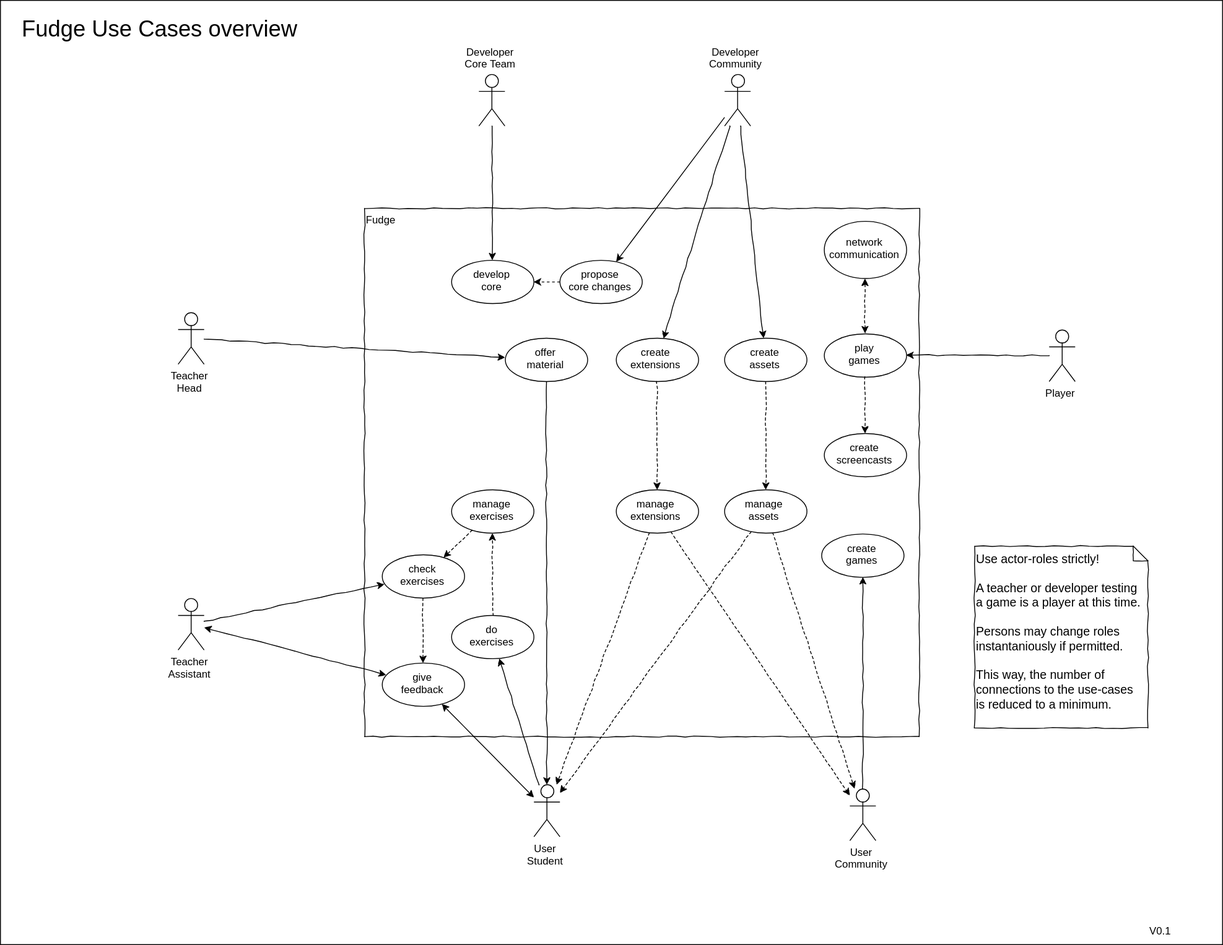
Before: Design/UseCasesOverview.svg, a diagram exported from draw.io (JirkaDellOro/FUDGE). Source tidied: cells renumbered, new cells last; positions are measured from the earlier drawing's top-left corner, leaving out a move shared by most shapes.
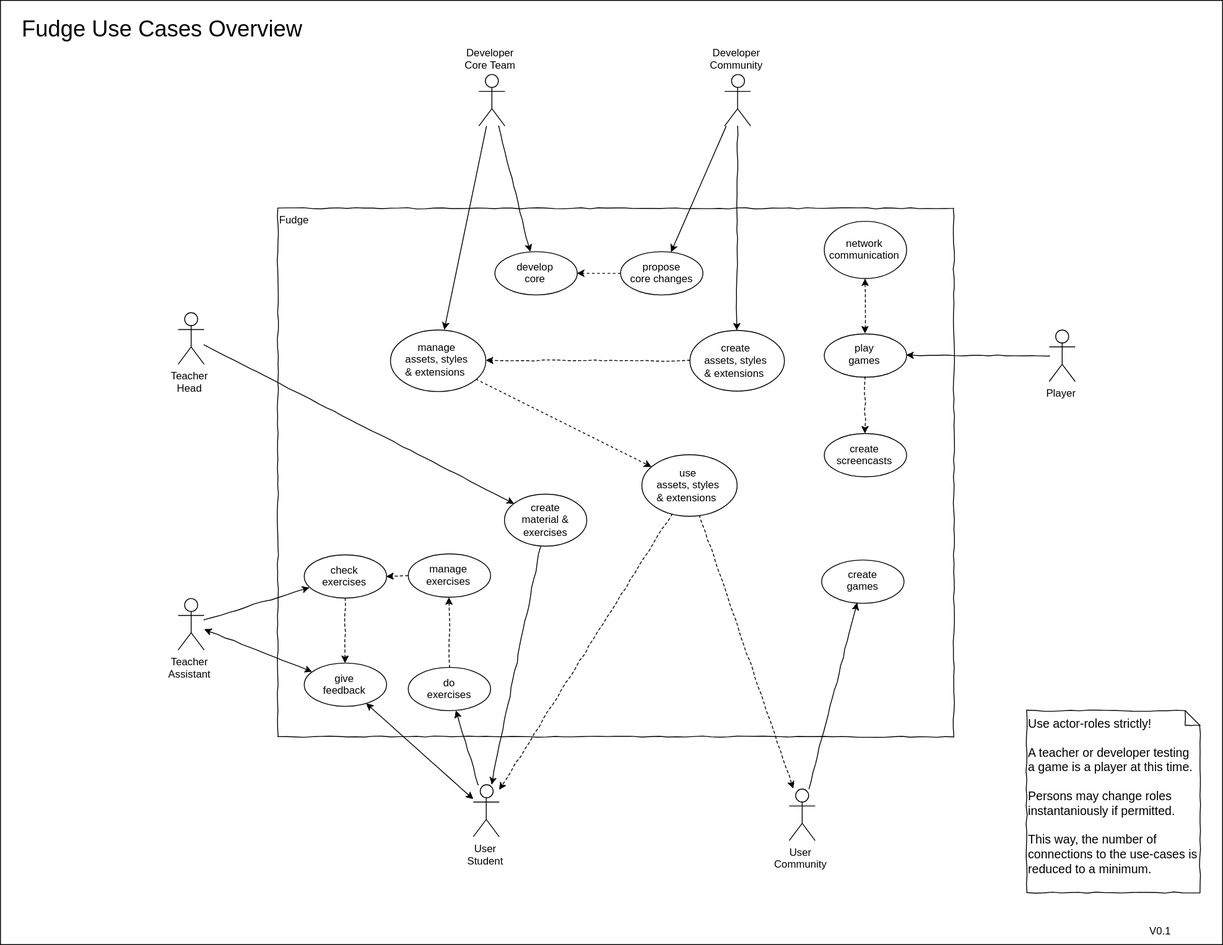
After the change.

Commit message:
"styles" added (css, themes etc), further simplification

What changed in the source:
```diff
@@ -6,20 +6,20 @@
       <mxGeometry width="1410" height="1090" as="geometry" />
     </mxCell>
     <mxCell id="3" value="&lt;div style=&quot;text-align: left&quot;&gt;&lt;span&gt;Fudge&lt;/span&gt;&lt;/div&gt;" style="rounded=0;whiteSpace=wrap;html=1;shadow=0;glass=0;comic=1;strokeColor=#000000;labelPosition=center;verticalLabelPosition=middle;align=left;verticalAlign=top;absoluteArcSize=1;arcSize=50;" parent="1" vertex="1">
-      <mxGeometry x="420" y="240" width="640" height="610" as="geometry" />
+      <mxGeometry x="320" y="240" width="780" height="610" as="geometry" />
     </mxCell>
     <mxCell id="4" value="&lt;div style=&quot;text-align: left&quot;&gt;&lt;span&gt;Use actor-roles strictly!&lt;/span&gt;&lt;/div&gt;&lt;div style=&quot;text-align: left&quot;&gt;&lt;span&gt;&lt;br&gt;&lt;/span&gt;&lt;/div&gt;&lt;div style=&quot;text-align: left&quot;&gt;&lt;span&gt;A teacher or developer testing a game is a player at this time.&lt;/span&gt;&lt;/div&gt;&lt;div style=&quot;text-align: left&quot;&gt;&lt;span&gt;&lt;br&gt;&lt;/span&gt;&lt;/div&gt;&lt;div style=&quot;text-align: left&quot;&gt;Persons may change roles instantaniously if permitted.&lt;/div&gt;&lt;div style=&quot;text-align: left&quot;&gt;&lt;br&gt;&lt;/div&gt;&lt;div style=&quot;text-align: left&quot;&gt;This way, the number of connections to the use-cases is reduced to a minimum.&lt;/div&gt;" style="shape=note;strokeWidth=1;fontSize=14;size=17;whiteSpace=wrap;html=1;rounded=0;shadow=0;comic=1;fillColor=#FFFFFF;align=left;labelPosition=center;verticalLabelPosition=middle;verticalAlign=top;" parent="1" vertex="1">
-      <mxGeometry x="1124" y="630" width="200" height="210" as="geometry" />
+      <mxGeometry x="1184" y="820" width="200" height="210" as="geometry" />
     </mxCell>
     <mxCell id="5" value="Foreground" parent="0" />
     <mxCell id="6" style="edgeStyle=none;rounded=0;html=1;startArrow=none;startFill=0;jettySize=auto;comic=1;" parent="5" edge="1" source="7" target="15">
       <mxGeometry relative="1" as="geometry" />
     </mxCell>
     <mxCell id="7" value="&lt;span style=&quot;background-color: rgb(255 , 255 , 255)&quot;&gt;User&lt;br&gt;Student&lt;/span&gt;&lt;br&gt;" style="shape=umlActor;verticalLabelPosition=bottom;labelBackgroundColor=#ffffff;verticalAlign=top;html=1;outlineConnect=0;" parent="5" vertex="1">
-      <mxGeometry x="615.5" y="905.5" width="30" height="60" as="geometry" />
+      <mxGeometry x="545.5" y="905.5" width="30" height="60" as="geometry" />
     </mxCell>
     <mxCell id="8" value="create&lt;br&gt;games" style="ellipse;whiteSpace=wrap;html=1;rounded=1;shadow=0;strokeWidth=1;comic=1;" parent="5" vertex="1">
-      <mxGeometry x="947.5" y="615.5" width="95" height="50" as="geometry" />
+      <mxGeometry x="947.5" y="645.5" width="95" height="50" as="geometry" />
     </mxCell>
     <mxCell id="9" value="create&lt;br&gt;screencasts&lt;br&gt;" style="ellipse;whiteSpace=wrap;html=1;rounded=1;shadow=0;strokeWidth=1;comic=1;" parent="5" vertex="1">
       <mxGeometry x="950" y="500" width="95" height="50" as="geometry" />
@@ -40,40 +40,34 @@
       <mxGeometry relative="1" as="geometry" />
     </mxCell>
     <mxCell id="15" value="do&lt;br&gt;exercises&lt;br&gt;" style="ellipse;whiteSpace=wrap;html=1;rounded=1;shadow=0;strokeWidth=1;comic=1;" parent="5" vertex="1">
-      <mxGeometry x="520.5" y="710" width="95" height="50" as="geometry" />
+      <mxGeometry x="470.5" y="770" width="95" height="50" as="geometry" />
     </mxCell>
     <mxCell id="16" style="edgeStyle=none;rounded=0;html=1;jettySize=auto;startArrow=classic;startFill=1;comic=1;" parent="5" edge="1" source="17" target="7">
       <mxGeometry relative="1" as="geometry" />
     </mxCell>
     <mxCell id="17" value="give&lt;br&gt;feedback" style="ellipse;whiteSpace=wrap;html=1;rounded=1;shadow=0;strokeWidth=1;comic=1;" parent="5" vertex="1">
-      <mxGeometry x="440" y="765" width="95" height="50" as="geometry" />
+      <mxGeometry x="350" y="765" width="95" height="50" as="geometry" />
     </mxCell>
     <mxCell id="18" style="edgeStyle=none;rounded=0;html=1;startArrow=none;startFill=0;jettySize=auto;comic=1;" parent="5" edge="1" source="19" target="7">
       <mxGeometry relative="1" as="geometry" />
     </mxCell>
-    <mxCell id="19" value="offer&lt;br&gt;material&lt;br&gt;" style="ellipse;whiteSpace=wrap;html=1;rounded=1;shadow=0;strokeWidth=1;comic=1;" parent="5" vertex="1">
-      <mxGeometry x="582" y="390" width="95" height="50" as="geometry" />
+    <mxCell id="19" value="create&lt;br&gt;material &amp;amp;&lt;br&gt;exercises&lt;br&gt;" style="ellipse;whiteSpace=wrap;html=1;rounded=1;shadow=0;strokeWidth=1;comic=1;" parent="5" vertex="1">
+      <mxGeometry x="582" y="570" width="95" height="60" as="geometry" />
     </mxCell>
-    <mxCell id="20" value="create&lt;br&gt;extensions&lt;br&gt;" style="ellipse;whiteSpace=wrap;html=1;rounded=1;shadow=0;strokeWidth=1;comic=1;" parent="5" vertex="1">
-      <mxGeometry x="710" y="390" width="95" height="50" as="geometry" />
+    <mxCell id="20" value="create&lt;br&gt;assets, styles&lt;br&gt;&amp;amp; extensions&amp;nbsp;&lt;br&gt;" style="ellipse;whiteSpace=wrap;html=1;rounded=1;shadow=0;strokeWidth=1;comic=1;" parent="5" vertex="1">
+      <mxGeometry x="795" y="381" width="109" height="70" as="geometry" />
     </mxCell>
-    <mxCell id="21" style="edgeStyle=none;rounded=0;html=1;jettySize=auto;dashed=1;comic=1;" parent="5" edge="1" source="22" target="50">
-      <mxGeometry relative="1" as="geometry" />
-    </mxCell>
-    <mxCell id="22" value="create&lt;br&gt;assets&lt;br&gt;" style="ellipse;whiteSpace=wrap;html=1;rounded=1;shadow=0;strokeWidth=1;comic=1;" parent="5" vertex="1">
-      <mxGeometry x="835.5" y="390" width="95" height="50" as="geometry" />
-    </mxCell>
     <mxCell id="23" style="rounded=0;html=1;startArrow=none;startFill=0;jettySize=auto;" parent="5" edge="1" source="36" target="26">
       <mxGeometry relative="1" as="geometry" />
     </mxCell>
     <mxCell id="24" value="develop&lt;br&gt;core&lt;br&gt;" style="ellipse;whiteSpace=wrap;html=1;rounded=1;shadow=0;strokeWidth=1;comic=1;" parent="5" vertex="1">
-      <mxGeometry x="520" y="300" width="95" height="50" as="geometry" />
+      <mxGeometry x="570" y="290" width="95" height="50" as="geometry" />
     </mxCell>
     <mxCell id="25" style="edgeStyle=none;rounded=0;html=1;dashed=1;startArrow=none;startFill=0;jettySize=auto;" parent="5" edge="1" source="26" target="24">
       <mxGeometry relative="1" as="geometry" />
     </mxCell>
     <mxCell id="26" value="propose&lt;br&gt;core changes&lt;br&gt;" style="ellipse;whiteSpace=wrap;html=1;rounded=1;shadow=0;strokeWidth=1;comic=1;" parent="5" vertex="1">
-      <mxGeometry x="645.5" y="300" width="95" height="50" as="geometry" />
+      <mxGeometry x="715.5" y="290" width="95" height="50" as="geometry" />
     </mxCell>
     <mxCell id="27" style="edgeStyle=none;rounded=0;html=1;jettySize=auto;" parent="5" edge="1" source="29">
       <mxGeometry relative="1" as="geometry" />
@@ -82,7 +76,7 @@
       <mxGeometry relative="1" as="geometry" />
     </mxCell>
     <mxCell id="29" value="User&lt;br&gt;Community&lt;br&gt;" style="shape=umlActor;verticalLabelPosition=bottom;labelBackgroundColor=#ffffff;verticalAlign=top;html=1;outlineConnect=0;" parent="5" vertex="1">
-      <mxGeometry x="980" y="910" width="30" height="60" as="geometry" />
+      <mxGeometry x="910" y="910" width="30" height="60" as="geometry" />
     </mxCell>
     <mxCell id="30" style="edgeStyle=none;rounded=0;html=1;jettySize=auto;orthogonalLoop=1;" parent="5" edge="1">
       <mxGeometry relative="1" as="geometry">
@@ -95,15 +89,15 @@
     <mxCell id="32" style="edgeStyle=none;rounded=0;html=1;startArrow=none;startFill=0;jettySize=auto;comic=1;" parent="5" edge="1" source="33" target="24">
       <mxGeometry relative="1" as="geometry" />
     </mxCell>
+    <mxCell id="58" style="edgeStyle=none;rounded=0;html=1;jettySize=auto;" parent="5" edge="1" source="33" target="60">
+      <mxGeometry relative="1" as="geometry" />
+    </mxCell>
     <mxCell id="33" value="Developer&lt;br&gt;Core Team&lt;br&gt;" style="shape=umlActor;verticalLabelPosition=top;labelBackgroundColor=#ffffff;verticalAlign=bottom;html=1;outlineConnect=0;labelPosition=center;align=center;" parent="5" vertex="1">
       <mxGeometry x="552" y="85" width="30" height="60" as="geometry" />
     </mxCell>
     <mxCell id="34" style="edgeStyle=none;rounded=0;html=1;startArrow=none;startFill=0;jettySize=auto;comic=1;" parent="5" edge="1" source="36" target="20">
       <mxGeometry relative="1" as="geometry" />
     </mxCell>
-    <mxCell id="35" style="edgeStyle=none;rounded=0;comic=1;html=1;startArrow=none;startFill=0;jettySize=auto;" parent="5" edge="1" source="36" target="22">
-      <mxGeometry relative="1" as="geometry" />
-    </mxCell>
     <mxCell id="36" value="Developer&lt;br&gt;Community&lt;br&gt;" style="shape=umlActor;verticalLabelPosition=top;labelBackgroundColor=#ffffff;verticalAlign=bottom;html=1;outlineConnect=0;labelPosition=center;align=center;" parent="5" vertex="1">
       <mxGeometry x="835.5" y="85" width="30" height="60" as="geometry" />
     </mxCell>
@@ -135,37 +129,34 @@
       <mxGeometry relative="1" as="geometry" />
     </mxCell>
     <mxCell id="46" value="check&lt;br&gt;exercises" style="ellipse;whiteSpace=wrap;html=1;rounded=1;shadow=0;strokeWidth=1;comic=1;" parent="5" vertex="1">
-      <mxGeometry x="440" y="640" width="95" height="50" as="geometry" />
+      <mxGeometry x="350" y="640" width="95" height="50" as="geometry" />
     </mxCell>
-    <mxCell id="47" style="rounded=0;html=1;jettySize=auto;comic=1;dashed=1;" parent="5" edge="1" source="50" target="7">
-      <mxGeometry relative="1" as="geometry" />
-    </mxCell>
-    <mxCell id="48" style="edgeStyle=none;rounded=0;html=1;jettySize=auto;comic=1;dashed=1;" parent="5" edge="1" source="50" target="29">
-      <mxGeometry relative="1" as="geometry" />
-    </mxCell>
-    <mxCell id="49" style="edgeStyle=none;rounded=0;html=1;jettySize=auto;dashed=1;comic=1;" parent="5" edge="1" source="20" target="53">
+    <mxCell id="49" style="edgeStyle=none;rounded=0;html=1;jettySize=auto;dashed=1;comic=1;" parent="5" edge="1" source="20" target="60">
       <mxGeometry relative="1" as="geometry" />
     </mxCell>
-    <mxCell id="50" value="manage&lt;br&gt;assets&lt;br&gt;" style="ellipse;whiteSpace=wrap;html=1;rounded=1;shadow=0;strokeWidth=1;comic=1;" parent="5" vertex="1">
-      <mxGeometry x="835.5" y="565" width="95" height="50" as="geometry" />
-    </mxCell>
     <mxCell id="51" style="edgeStyle=none;rounded=0;html=1;jettySize=auto;comic=1;dashed=1;" parent="5" edge="1" source="53" target="7">
       <mxGeometry relative="1" as="geometry" />
     </mxCell>
     <mxCell id="52" style="edgeStyle=none;rounded=0;html=1;jettySize=auto;comic=1;dashed=1;" parent="5" edge="1" source="53" target="29">
       <mxGeometry relative="1" as="geometry" />
     </mxCell>
+    <mxCell id="59" style="rounded=0;html=1;jettySize=auto;dashed=1;" parent="5" edge="1" source="60" target="53">
+      <mxGeometry relative="1" as="geometry" />
+    </mxCell>
-    <mxCell id="53" value="manage&lt;br&gt;extensions&lt;br&gt;" style="ellipse;whiteSpace=wrap;html=1;rounded=1;shadow=0;strokeWidth=1;comic=1;" parent="5" vertex="1">
-      <mxGeometry x="710" y="565" width="95" height="50" as="geometry" />
+    <mxCell id="53" value="use&lt;br&gt;assets, styles&lt;br&gt;&amp;amp; extensions&amp;nbsp;&lt;br&gt;" style="ellipse;whiteSpace=wrap;html=1;rounded=1;shadow=0;strokeWidth=1;comic=1;" parent="5" vertex="1">
+      <mxGeometry x="740" y="524.5" width="110" height="71" as="geometry" />
     </mxCell>
+    <mxCell id="60" value="manage&lt;br&gt;assets, styles&lt;br&gt;&amp;amp; extensions&amp;nbsp;&lt;br&gt;" style="ellipse;whiteSpace=wrap;html=1;rounded=1;shadow=0;strokeWidth=1;comic=1;" parent="5" vertex="1">
+      <mxGeometry x="450" y="380" width="110" height="71" as="geometry" />
+    </mxCell>
     <mxCell id="54" style="edgeStyle=none;rounded=0;html=1;startArrow=none;startFill=0;jettySize=auto;dashed=1;comic=1;" parent="5" edge="1" source="55" target="46">
       <mxGeometry relative="1" as="geometry" />
     </mxCell>
     <mxCell id="55" value="manage&lt;br&gt;exercises&lt;br&gt;" style="ellipse;whiteSpace=wrap;html=1;rounded=1;shadow=0;strokeWidth=1;comic=1;" parent="5" vertex="1">
-      <mxGeometry x="520" y="565" width="95" height="50" as="geometry" />
+      <mxGeometry x="470" y="639" width="95" height="50" as="geometry" />
     </mxCell>
-    <mxCell id="56" value="&lt;font style=&quot;font-size: 26px&quot;&gt;Fudge Use Cases overview&lt;/font&gt;" style="text;html=1;align=left;verticalAlign=top;spacingTop=-4;" parent="5" vertex="1">
-      <mxGeometry x="23" y="15" width="330" height="20" as="geometry" />
+    <mxCell id="56" value="&lt;font style=&quot;font-size: 26px&quot;&gt;Fudge Use Cases Overview&lt;/font&gt;" style="text;html=1;align=left;verticalAlign=top;spacingTop=-4;" parent="5" vertex="1">
+      <mxGeometry x="23" y="15" width="340" height="20" as="geometry" />
     </mxCell>
     <mxCell id="57" value="V0.1&amp;nbsp;" style="text;html=1;align=left;verticalAlign=top;spacingTop=-4;" parent="5" vertex="1">
       <mxGeometry x="1324" y="1065" width="40" height="20" as="geometry" />
```
